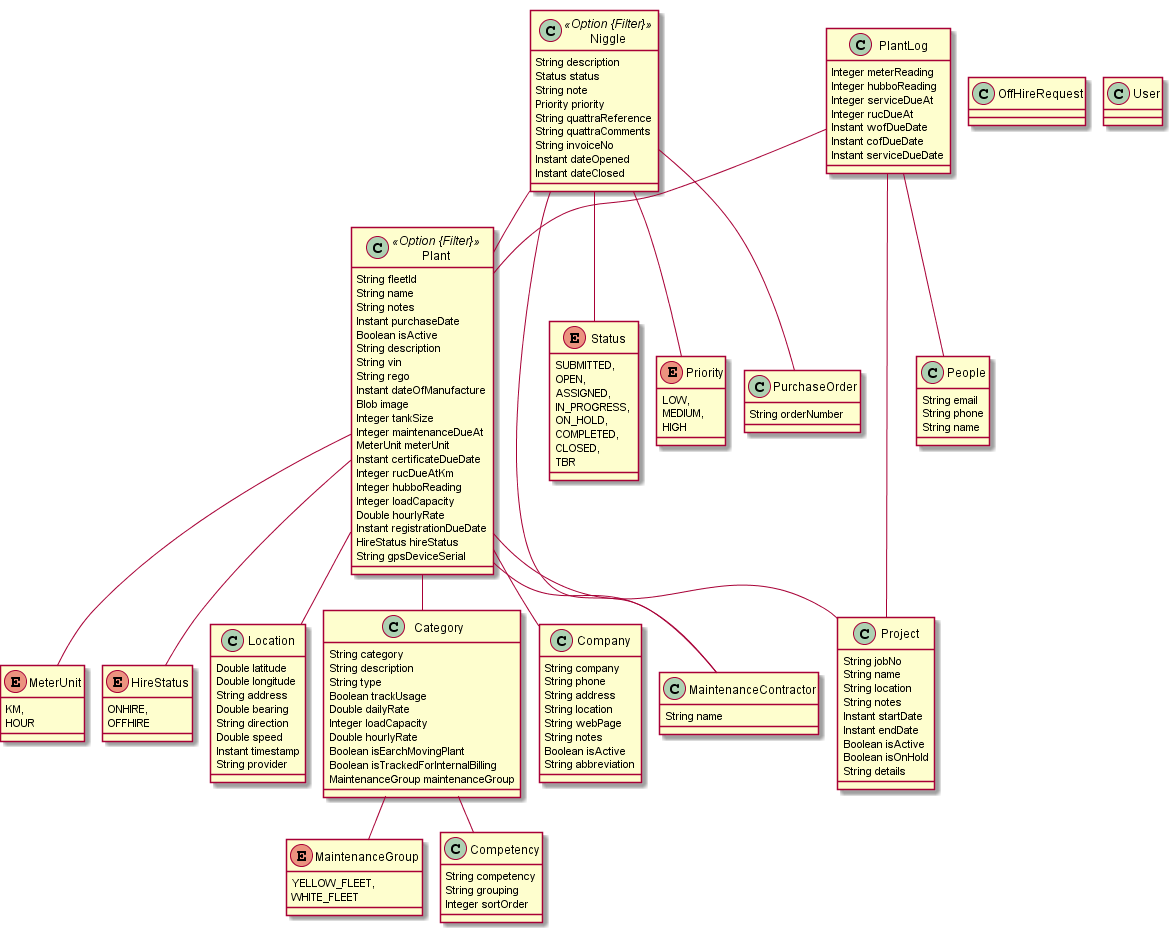
Above: jhipster-jdl.png in LIUTaichen/newShirley (PlantUML), before the change.
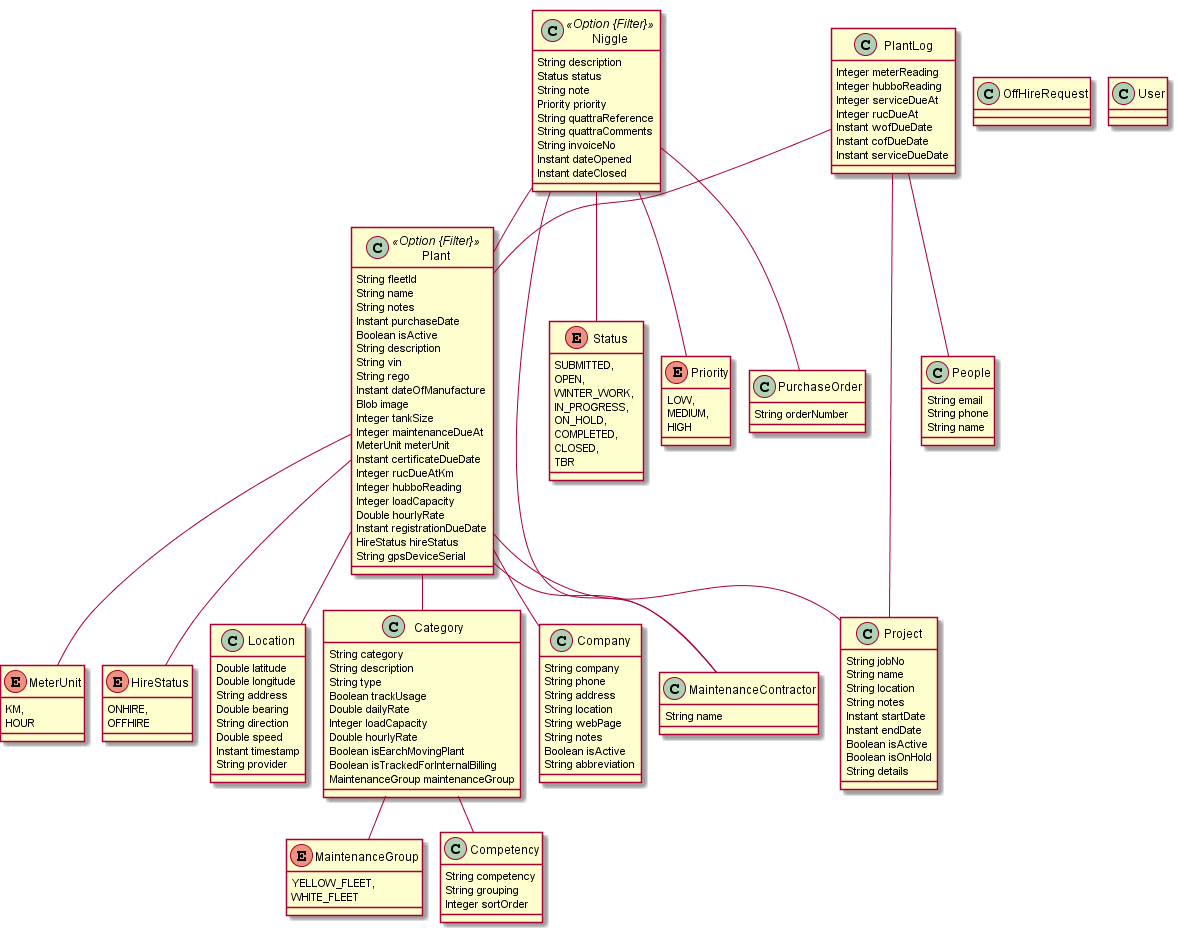
The same diagram one commit later.

The edit, as a diff of the source:
```diff
@@ -114,7 +114,7 @@
 	enum Status {
 		SUBMITTED,
 		OPEN,
-		ASSIGNED,
+		WINTER_WORK,
 		IN_PROGRESS,
 		ON_HOLD,
 		COMPLETED,
```
